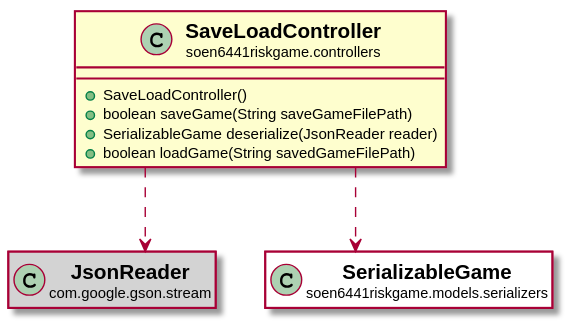
huntertran/soen6441-riskgame keeps this PlantUML diagram as docs/javadocs/soen6441riskgame/controllers/SaveLoadController.svg. Above is the earlier version.
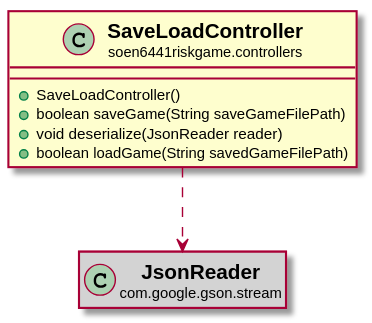
Above is the later version.

Diff of the diagram source:
```diff
@@ -6,7 +6,7 @@
 class "<b><size:14>SaveLoadController</b>\n<size:10>soen6441riskgame.controllers" as soen6441riskgame.controllers.SaveLoadController  [[../../soen6441riskgame/controllers/SaveLoadController.html{soen6441riskgame.controllers.SaveLoadController}]] {
 +SaveLoadController()
 +boolean saveGame(String saveGameFilePath)
-+SerializableGame deserialize(JsonReader reader)
++void deserialize(JsonReader reader)
 +boolean loadGame(String savedGameFilePath)
 }
 
@@ -19,13 +19,5 @@
 
 soen6441riskgame.controllers.SaveLoadController ..> com.google.gson.stream.JsonReader
 
-class "<b><size:14>SerializableGame</b>\n<size:10>soen6441riskgame.models.serializers" as soen6441riskgame.models.serializers.SerializableGame  [[../../soen6441riskgame/models/serializers/SerializableGame.html{soen6441riskgame.models.serializers.SerializableGame}]] #white {
-}
-
-hide soen6441riskgame.models.serializers.SerializableGame fields
-hide soen6441riskgame.models.serializers.SerializableGame methods
-
-soen6441riskgame.controllers.SaveLoadController ..> soen6441riskgame.models.serializers.SerializableGame
-
 
 @enduml
```
